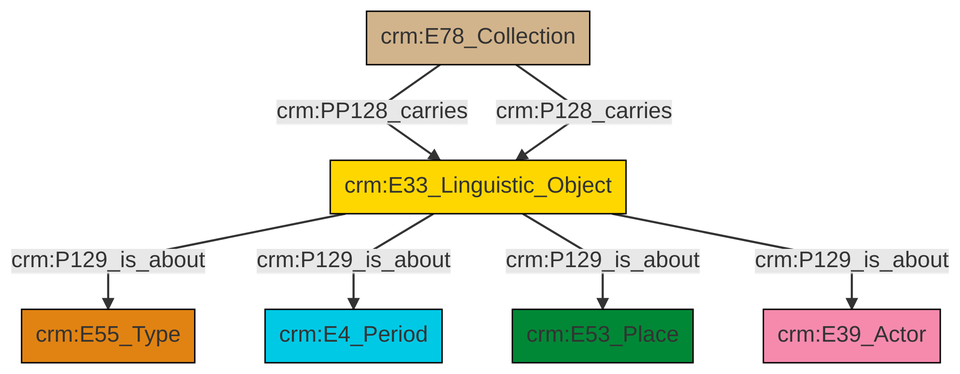
swiss-art-research-net/docs.swissartresearch keeps this Mermaid diagram as et/archivalCSV/ttl/mmd/png/archival_aboutness.png. Above is the earlier version. Its source is kept beside it as et/archivalCSV/ttl/mmd/archival_aboutness.ttl.mmd.
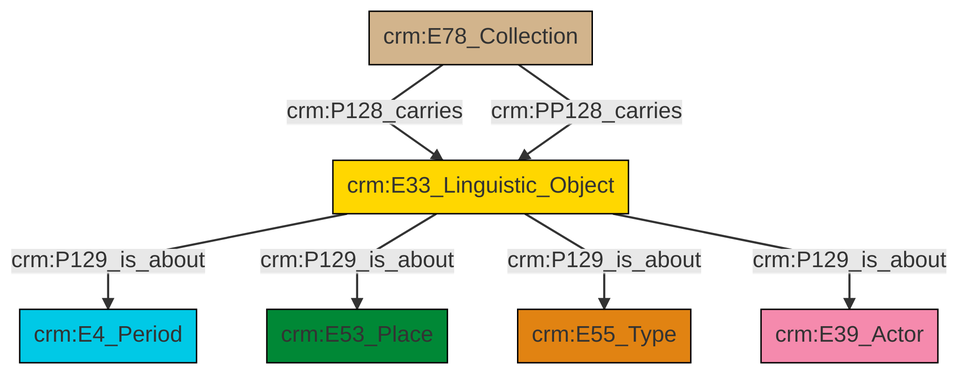
The same diagram one commit later.

What changed in the source:
```diff
@@ -13,9 +13,9 @@
 classDef PC_Classes fill:#4ce600, stroke:#000000;
 classDef Multi fill:#cccccc,stroke:#000000;
 
-6["crm:E78_Collection"]:::Physical_Thing -->|crm:PP128_carries| 2["crm:E33_Linguistic_Object"]:::Conceptual_Object
-2["crm:E33_Linguistic_Object"]:::Conceptual_Object -->|crm:P129_is_about| 0["crm:E55_Type"]:::Type
-6["crm:E78_Collection"]:::Physical_Thing -->|crm:P128_carries| 2["crm:E33_Linguistic_Object"]:::Conceptual_Object
-2["crm:E33_Linguistic_Object"]:::Conceptual_Object -->|crm:P129_is_about| 4["crm:E4_Period"]:::Temporal_Entity
-2["crm:E33_Linguistic_Object"]:::Conceptual_Object -->|crm:P129_is_about| 10["crm:E53_Place"]:::Place
-2["crm:E33_Linguistic_Object"]:::Conceptual_Object -->|crm:P129_is_about| 7["crm:E39_Actor"]:::Actor
+2["crm:E78_Collection"]:::Physical_Thing -->|crm:P128_carries| 3["crm:E33_Linguistic_Object"]:::Conceptual_Object
+3["crm:E33_Linguistic_Object"]:::Conceptual_Object -->|crm:P129_is_about| 0["crm:E4_Period"]:::Temporal_Entity
+3["crm:E33_Linguistic_Object"]:::Conceptual_Object -->|crm:P129_is_about| 4["crm:E53_Place"]:::Place
+3["crm:E33_Linguistic_Object"]:::Conceptual_Object -->|crm:P129_is_about| 9["crm:E55_Type"]:::Type
+2["crm:E78_Collection"]:::Physical_Thing -->|crm:PP128_carries| 3["crm:E33_Linguistic_Object"]:::Conceptual_Object
+3["crm:E33_Linguistic_Object"]:::Conceptual_Object -->|crm:P129_is_about| 7["crm:E39_Actor"]:::Actor
```
